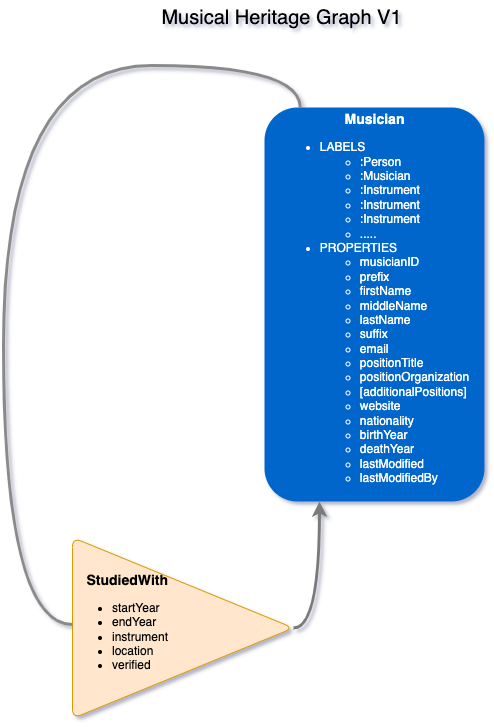
greyshore/MusicTree.Me keeps this draw.io diagram as README.assets/Musical Heritage Model-V1.png. Above is the earlier version. Source tidied: cells renumbered, new cells last; positions are measured from the earlier drawing's top-left corner, leaving out a move shared by most shapes.
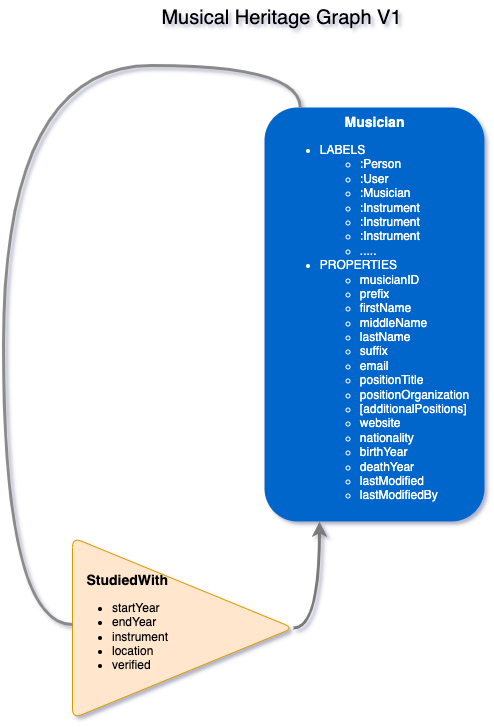
The same diagram one commit later.

Commit message:
paula #10 spike and ADR, graph data model updates

Diff of the diagram source:
```diff
@@ -2,8 +2,8 @@
   <root>
     <mxCell id="0" />
     <mxCell id="1" parent="0" />
-    <mxCell id="2" value="&lt;b&gt;&lt;font style=&quot;font-size: 14px&quot;&gt;Musician&lt;/font&gt;&lt;/b&gt;&lt;br&gt;&lt;ul&gt;&lt;li style=&quot;text-align: left&quot;&gt;LABELS&lt;/li&gt;&lt;ul&gt;&lt;li style=&quot;text-align: left&quot;&gt;:Person&lt;/li&gt;&lt;li style=&quot;text-align: left&quot;&gt;:Musician&lt;/li&gt;&lt;li style=&quot;text-align: left&quot;&gt;:Instrument&lt;/li&gt;&lt;li style=&quot;text-align: left&quot;&gt;:Instrument&lt;/li&gt;&lt;li style=&quot;text-align: left&quot;&gt;:Instrument&lt;/li&gt;&lt;li style=&quot;text-align: left&quot;&gt;.....&lt;/li&gt;&lt;/ul&gt;&lt;li style=&quot;text-align: left&quot;&gt;PROPERTIES&lt;/li&gt;&lt;ul&gt;&lt;li style=&quot;text-align: left&quot;&gt;musicianID&lt;/li&gt;&lt;li style=&quot;text-align: left&quot;&gt;prefix&lt;/li&gt;&lt;li style=&quot;text-align: left&quot;&gt;firstName&lt;/li&gt;&lt;li style=&quot;text-align: left&quot;&gt;middleName&lt;/li&gt;&lt;li style=&quot;text-align: left&quot;&gt;lastName&lt;/li&gt;&lt;li style=&quot;text-align: left&quot;&gt;suffix&lt;/li&gt;&lt;li style=&quot;text-align: left&quot;&gt;email&lt;/li&gt;&lt;li style=&quot;text-align: left&quot;&gt;positionTitle&lt;/li&gt;&lt;li style=&quot;text-align: left&quot;&gt;positionOrganization&lt;/li&gt;&lt;li style=&quot;text-align: left&quot;&gt;[additionalPositions]&lt;/li&gt;&lt;li style=&quot;text-align: left&quot;&gt;website&lt;/li&gt;&lt;li style=&quot;text-align: left&quot;&gt;nationality&lt;/li&gt;&lt;li style=&quot;text-align: left&quot;&gt;birthYear&lt;/li&gt;&lt;li style=&quot;text-align: left&quot;&gt;deathYear&lt;/li&gt;&lt;li style=&quot;text-align: left&quot;&gt;lastModified&lt;/li&gt;&lt;li style=&quot;text-align: left&quot;&gt;lastModifiedBy&lt;/li&gt;&lt;/ul&gt;&lt;/ul&gt;" style="rounded=1;fillColor=#0066CC;strokeColor=none;strokeWidth=3;shadow=0;html=1;fontColor=#FFFFFF;" parent="1" vertex="1">
-      <mxGeometry x="261" y="105" width="220" height="394" as="geometry" />
+    <mxCell id="2" value="&lt;b&gt;&lt;font style=&quot;font-size: 14px&quot;&gt;Musician&lt;/font&gt;&lt;/b&gt;&lt;br&gt;&lt;ul&gt;&lt;li style=&quot;text-align: left&quot;&gt;LABELS&lt;/li&gt;&lt;ul&gt;&lt;li style=&quot;text-align: left&quot;&gt;:Person&lt;/li&gt;&lt;li style=&quot;text-align: left&quot;&gt;:User&lt;/li&gt;&lt;li style=&quot;text-align: left&quot;&gt;:Musician&lt;/li&gt;&lt;li style=&quot;text-align: left&quot;&gt;:Instrument&lt;/li&gt;&lt;li style=&quot;text-align: left&quot;&gt;:Instrument&lt;/li&gt;&lt;li style=&quot;text-align: left&quot;&gt;:Instrument&lt;/li&gt;&lt;li style=&quot;text-align: left&quot;&gt;.....&lt;/li&gt;&lt;/ul&gt;&lt;li style=&quot;text-align: left&quot;&gt;PROPERTIES&lt;/li&gt;&lt;ul&gt;&lt;li style=&quot;text-align: left&quot;&gt;musicianID&lt;/li&gt;&lt;li style=&quot;text-align: left&quot;&gt;prefix&lt;/li&gt;&lt;li style=&quot;text-align: left&quot;&gt;firstName&lt;/li&gt;&lt;li style=&quot;text-align: left&quot;&gt;middleName&lt;/li&gt;&lt;li style=&quot;text-align: left&quot;&gt;lastName&lt;/li&gt;&lt;li style=&quot;text-align: left&quot;&gt;suffix&lt;/li&gt;&lt;li style=&quot;text-align: left&quot;&gt;email&lt;/li&gt;&lt;li style=&quot;text-align: left&quot;&gt;positionTitle&lt;/li&gt;&lt;li style=&quot;text-align: left&quot;&gt;positionOrganization&lt;/li&gt;&lt;li style=&quot;text-align: left&quot;&gt;[additionalPositions]&lt;/li&gt;&lt;li style=&quot;text-align: left&quot;&gt;website&lt;/li&gt;&lt;li style=&quot;text-align: left&quot;&gt;nationality&lt;/li&gt;&lt;li style=&quot;text-align: left&quot;&gt;birthYear&lt;/li&gt;&lt;li style=&quot;text-align: left&quot;&gt;deathYear&lt;/li&gt;&lt;li style=&quot;text-align: left&quot;&gt;lastModified&lt;/li&gt;&lt;li style=&quot;text-align: left&quot;&gt;lastModifiedBy&lt;/li&gt;&lt;/ul&gt;&lt;/ul&gt;" style="rounded=1;fillColor=#0066CC;strokeColor=none;strokeWidth=3;shadow=0;html=1;fontColor=#FFFFFF;" parent="1" vertex="1">
+      <mxGeometry x="261" y="105" width="220" height="414" as="geometry" />
     </mxCell>
     <mxCell id="3" style="edgeStyle=orthogonalEdgeStyle;rounded=0;jettySize=auto;html=1;exitX=1;exitY=0.5;exitDx=0;exitDy=0;entryX=0.25;entryY=1;entryDx=0;entryDy=0;curved=1;strokeColor=#7A7A7A;strokeWidth=3;" parent="1" edge="1" source="4" target="2">
       <mxGeometry relative="1" as="geometry" />
```
